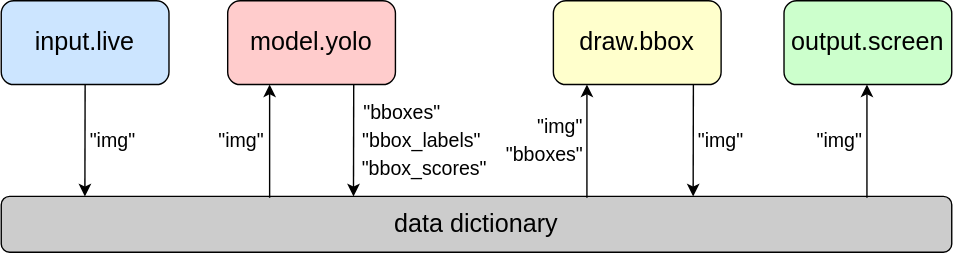
Earlier version of the draw.io export diagrams/yolo_demo.drawio.svg (aisingapore/PeekingDuck). Source tidied: cells renumbered, new cells last; positions are measured from the earlier drawing's top-left corner, leaving out a move shared by most shapes.
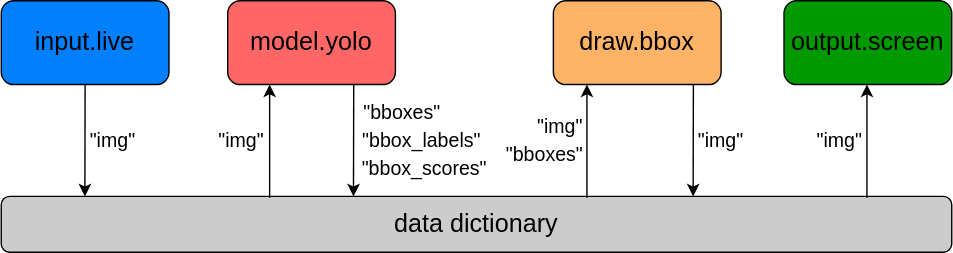
Above is the later version.

What changed in the source:
```diff
@@ -2,18 +2,15 @@
   <root>
     <mxCell id="0" />
     <mxCell id="1" parent="0" />
-    <mxCell id="2" value="&lt;font style=&quot;font-size: 18px&quot;&gt;input.live&lt;/font&gt;" style="rounded=1;whiteSpace=wrap;html=1;fillColor=#CCE5FF;" parent="1" vertex="1">
+    <mxCell id="2" value="&lt;font style=&quot;font-size: 18px&quot;&gt;input.live&lt;/font&gt;" style="rounded=1;whiteSpace=wrap;html=1;fillColor=#007fff;" parent="1" vertex="1">
       <mxGeometry width="120" height="60" as="geometry" />
     </mxCell>
-    <mxCell id="3" value="&lt;font style=&quot;font-size: 18px&quot;&gt;model.yolo&lt;/font&gt;" style="rounded=1;whiteSpace=wrap;html=1;fillColor=#FFCCCC;" parent="1" vertex="1">
+    <mxCell id="3" value="&lt;font style=&quot;font-size: 18px&quot;&gt;model.yolo&lt;/font&gt;" style="rounded=1;whiteSpace=wrap;html=1;fillColor=#FF6666;" parent="1" vertex="1">
       <mxGeometry x="162" width="120" height="60" as="geometry" />
     </mxCell>
-    <mxCell id="4" value="&lt;font style=&quot;font-size: 18px&quot;&gt;draw.bbox&lt;/font&gt;" style="rounded=1;whiteSpace=wrap;html=1;fillColor=#FFFFCC;" parent="1" vertex="1">
+    <mxCell id="4" value="&lt;font style=&quot;font-size: 18px&quot;&gt;draw.bbox&lt;/font&gt;" style="rounded=1;whiteSpace=wrap;html=1;fillColor=#ffb366;" parent="1" vertex="1">
       <mxGeometry x="395" width="120" height="60" as="geometry" />
     </mxCell>
-    <mxCell id="5" value="&lt;font style=&quot;font-size: 18px&quot;&gt;output.screen&lt;/font&gt;" style="rounded=1;whiteSpace=wrap;html=1;fillColor=#CCFFCC;" parent="1" vertex="1">
-      <mxGeometry x="560" width="120" height="60" as="geometry" />
-    </mxCell>
     <mxCell id="6" value="&lt;font style=&quot;font-size: 18px&quot;&gt;data dictionary&lt;/font&gt;" style="rounded=1;whiteSpace=wrap;html=1;fillColor=#CCCCCC;" parent="1" vertex="1">
       <mxGeometry y="140" width="680" height="40" as="geometry" />
     </mxCell>
@@ -76,5 +73,8 @@
     <mxCell id="21" value="&lt;font style=&quot;font-size: 14px&quot;&gt;&quot;img&quot;&lt;/font&gt;" style="text;html=1;strokeColor=none;fillColor=none;align=center;verticalAlign=middle;whiteSpace=wrap;rounded=0;" parent="1" vertex="1">
       <mxGeometry x="580" y="90" width="40" height="20" as="geometry" />
     </mxCell>
+    <mxCell id="5" value="&lt;font style=&quot;font-size: 18px&quot;&gt;output.screen&lt;/font&gt;" style="rounded=1;whiteSpace=wrap;html=1;fillColor=#009900;" parent="1" vertex="1">
+      <mxGeometry x="560" width="120" height="60" as="geometry" />
+    </mxCell>
   </root>
 </mxGraphModel>
```
